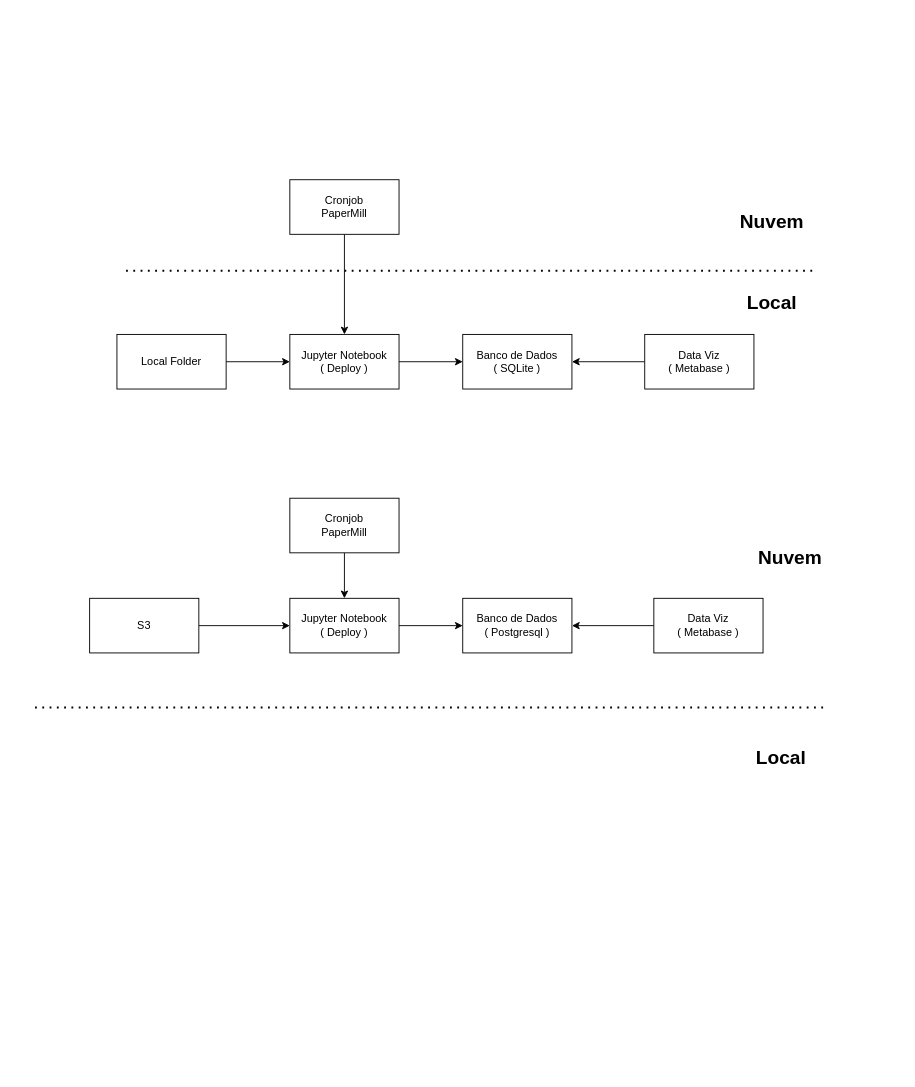
Earlier version of the draw.io diagram img/arquitetura.drawio (GustavoNascimento98/high-value-customers-identification). Source tidied: cells renumbered, new cells numbered last; positions are measured from the earlier drawing's top-left corner, leaving out a move shared by most shapes. Both pictures are drawn from the tidied source at 91%, with x=0, y=0 at pixel (35, 179).
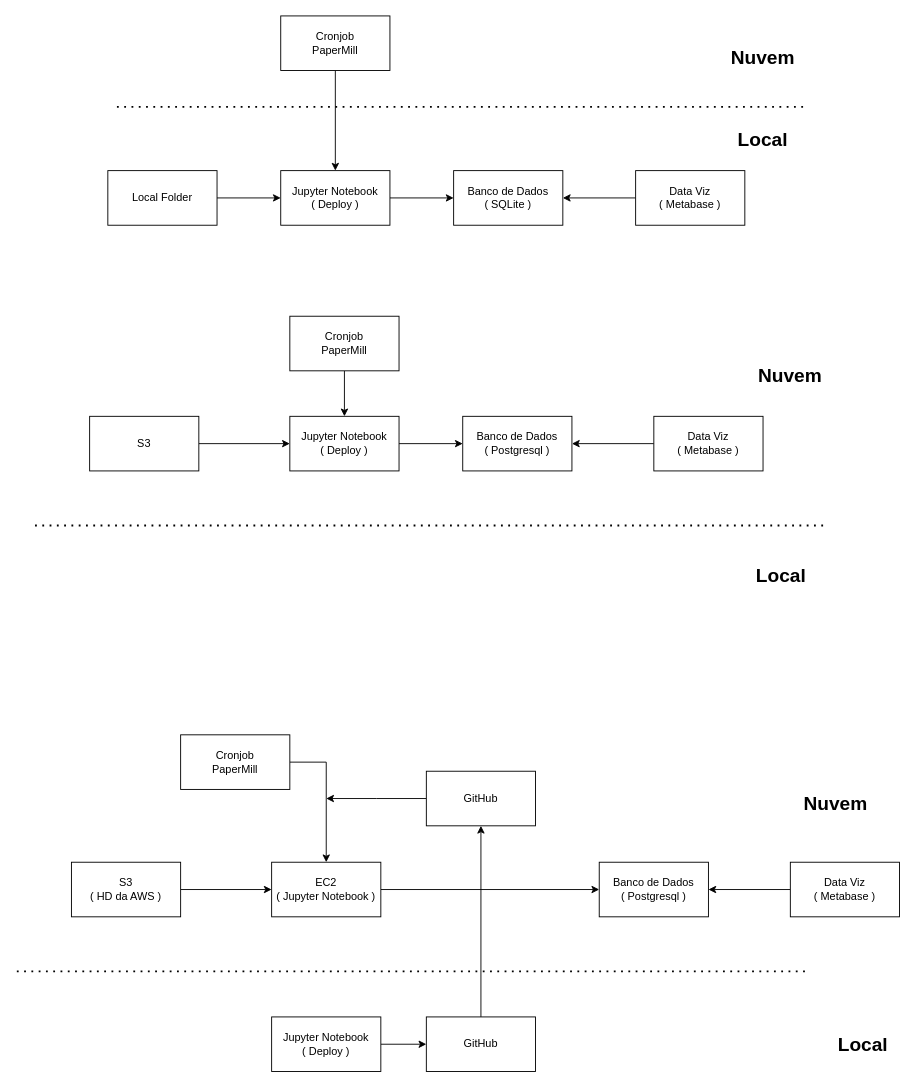
Above is the later version.

Change to the diagram source:
```diff
@@
     <mxCell id="3" value="Data Viz&lt;div&gt;( Metabase&amp;nbsp;&lt;span style=&quot;background-color: initial;&quot;&gt;)&lt;/span&gt;&lt;/div&gt;" style="rounded=0;whiteSpace=wrap;html=1;" parent="1" vertex="1">
-      <mxGeometry x="670" y="170" width="120" height="60" as="geometry" />
+      <mxGeometry x="660" y="-10" width="120" height="60" as="geometry" />
     </mxCell>
     <mxCell id="4" value="Banco de Dados&lt;div&gt;( SQLite )&lt;/div&gt;" style="rounded=0;whiteSpace=wrap;html=1;" parent="1" vertex="1">
-      <mxGeometry x="470" y="170" width="120" height="60" as="geometry" />
+      <mxGeometry x="460" y="-10" width="120" height="60" as="geometry" />
     </mxCell>
@@
     <mxCell id="6" value="Jupyter Notebook&lt;br&gt;( Deploy )" style="rounded=0;whiteSpace=wrap;html=1;" parent="1" vertex="1">
-      <mxGeometry x="280" y="170" width="120" height="60" as="geometry" />
+      <mxGeometry x="270" y="-10" width="120" height="60" as="geometry" />
     </mxCell>
@@
     <mxCell id="8" value="Cronjob&lt;br&gt;PaperMill" style="rounded=0;whiteSpace=wrap;html=1;" parent="1" vertex="1">
-      <mxGeometry x="280" width="120" height="60" as="geometry" />
+      <mxGeometry x="270" y="-180" width="120" height="60" as="geometry" />
     </mxCell>
     <mxCell id="9" style="endArrow=none;dashed=1;html=1;dashPattern=1 3;strokeWidth=2;rounded=0;" parent="1" edge="1">
       <mxGeometry relative="1" as="geometry">
-        <mxPoint x="100" y="100" as="sourcePoint" />
-        <mxPoint x="860" y="100" as="targetPoint" />
+        <mxPoint x="90" y="-80" as="sourcePoint" />
+        <mxPoint x="850" y="-80" as="targetPoint" />
       </mxGeometry>
     </mxCell>
@@
     <mxCell id="11" value="Local Folder" style="rounded=0;whiteSpace=wrap;html=1;" parent="1" vertex="1">
-      <mxGeometry x="90" y="170" width="120" height="60" as="geometry" />
+      <mxGeometry x="80" y="-10" width="120" height="60" as="geometry" />
     </mxCell>
     <mxCell id="12" value="&lt;b&gt;&lt;font style=&quot;font-size: 21px;&quot;&gt;Nuvem&lt;/font&gt;&lt;/b&gt;" style="text;html=1;align=center;verticalAlign=middle;whiteSpace=wrap;rounded=0;" parent="1" vertex="1">
-      <mxGeometry x="780" y="30" width="60" height="30" as="geometry" />
+      <mxGeometry x="770" y="-150" width="60" height="30" as="geometry" />
     </mxCell>
     <mxCell id="13" value="&lt;b&gt;&lt;font style=&quot;font-size: 21px;&quot;&gt;Local&lt;/font&gt;&lt;/b&gt;" style="text;html=1;align=center;verticalAlign=middle;whiteSpace=wrap;rounded=0;" parent="1" vertex="1">
-      <mxGeometry x="780" y="120" width="60" height="30" as="geometry" />
+      <mxGeometry x="770" y="-60" width="60" height="30" as="geometry" />
     </mxCell>
@@
     <mxCell id="15" value="Data Viz&lt;div&gt;( Metabase&amp;nbsp;&lt;span style=&quot;background-color: initial;&quot;&gt;)&lt;/span&gt;&lt;/div&gt;" style="rounded=0;whiteSpace=wrap;html=1;" parent="1" vertex="1">
-      <mxGeometry x="680" y="460" width="120" height="60" as="geometry" />
+      <mxGeometry x="680" y="260" width="120" height="60" as="geometry" />
     </mxCell>
     <mxCell id="16" value="Banco de Dados&lt;div&gt;( Postgresql )&lt;/div&gt;" style="rounded=0;whiteSpace=wrap;html=1;" parent="1" vertex="1">
-      <mxGeometry x="470" y="460" width="120" height="60" as="geometry" />
+      <mxGeometry x="470" y="260" width="120" height="60" as="geometry" />
     </mxCell>
@@
     <mxCell id="18" value="Jupyter Notebook&lt;br&gt;( Deploy )" style="rounded=0;whiteSpace=wrap;html=1;" parent="1" vertex="1">
-      <mxGeometry x="280" y="460" width="120" height="60" as="geometry" />
+      <mxGeometry x="280" y="260" width="120" height="60" as="geometry" />
     </mxCell>
@@
     <mxCell id="20" value="Cronjob&lt;br&gt;PaperMill" style="rounded=0;whiteSpace=wrap;html=1;" parent="1" vertex="1">
-      <mxGeometry x="280" y="350" width="120" height="60" as="geometry" />
+      <mxGeometry x="280" y="150" width="120" height="60" as="geometry" />
     </mxCell>
@@
     <mxCell id="22" value="S3" style="rounded=0;whiteSpace=wrap;html=1;" parent="1" vertex="1">
-      <mxGeometry x="60" y="460" width="120" height="60" as="geometry" />
+      <mxGeometry x="60" y="260" width="120" height="60" as="geometry" />
     </mxCell>
     <mxCell id="23" value="&lt;b&gt;&lt;font style=&quot;font-size: 21px;&quot;&gt;Nuvem&lt;/font&gt;&lt;/b&gt;" style="text;html=1;align=center;verticalAlign=middle;whiteSpace=wrap;rounded=0;" parent="1" vertex="1">
-      <mxGeometry x="800" y="400" width="60" height="30" as="geometry" />
+      <mxGeometry x="800" y="200" width="60" height="30" as="geometry" />
     </mxCell>
     <mxCell id="24" value="&lt;b&gt;&lt;font style=&quot;font-size: 21px;&quot;&gt;Local&lt;/font&gt;&lt;/b&gt;" style="text;html=1;align=center;verticalAlign=middle;whiteSpace=wrap;rounded=0;" parent="1" vertex="1">
-      <mxGeometry x="790" y="620" width="60" height="30" as="geometry" />
+      <mxGeometry x="790" y="420" width="60" height="30" as="geometry" />
     </mxCell>
     <mxCell id="25" style="endArrow=none;dashed=1;html=1;dashPattern=1 3;strokeWidth=2;rounded=0;" parent="1" edge="1">
       <mxGeometry relative="1" as="geometry">
-        <mxPoint y="580" as="sourcePoint" />
-        <mxPoint x="870" y="580" as="targetPoint" />
+        <mxPoint y="380" as="sourcePoint" />
+        <mxPoint x="870" y="380" as="targetPoint" />
       </mxGeometry>
     </mxCell>
+    <mxCell id="26" style="edgeStyle=orthogonalEdgeStyle;rounded=0;jettySize=auto;html=1;entryX=1;entryY=0.5;entryDx=0;entryDy=0;" parent="1" edge="1" source="27" target="28">
+      <mxGeometry relative="1" as="geometry" />
+    </mxCell>
+    <mxCell id="27" value="Data Viz&lt;div&gt;( Metabase&amp;nbsp;&lt;span style=&quot;background-color: initial;&quot;&gt;)&lt;/span&gt;&lt;/div&gt;" style="rounded=0;whiteSpace=wrap;html=1;" parent="1" vertex="1">
+      <mxGeometry x="830" y="750" width="120" height="60" as="geometry" />
+    </mxCell>
+    <mxCell id="28" value="Banco de Dados&lt;div&gt;( Postgresql )&lt;/div&gt;" style="rounded=0;whiteSpace=wrap;html=1;" parent="1" vertex="1">
+      <mxGeometry x="620" y="750" width="120" height="60" as="geometry" />
+    </mxCell>
+    <mxCell id="29" style="edgeStyle=orthogonalEdgeStyle;rounded=0;jettySize=auto;html=1;entryX=0;entryY=0.5;entryDx=0;entryDy=0;" parent="1" edge="1" source="30" target="28">
+      <mxGeometry relative="1" as="geometry" />
+    </mxCell>
+    <mxCell id="30" value="EC2&lt;br&gt;( Jupyter Notebook )" style="rounded=0;whiteSpace=wrap;html=1;" parent="1" vertex="1">
+      <mxGeometry x="260" y="750" width="120" height="60" as="geometry" />
+    </mxCell>
+    <mxCell id="31" style="edgeStyle=orthogonalEdgeStyle;rounded=0;jettySize=auto;html=1;" parent="1" edge="1" source="32" target="30">
+      <mxGeometry relative="1" as="geometry">
+        <Array as="points">
+          <mxPoint x="320" y="640" />
+        </Array>
+      </mxGeometry>
+    </mxCell>
+    <mxCell id="32" value="Cronjob&lt;br&gt;PaperMill" style="rounded=0;whiteSpace=wrap;html=1;" parent="1" vertex="1">
+      <mxGeometry x="160" y="610" width="120" height="60" as="geometry" />
+    </mxCell>
+    <mxCell id="33" style="edgeStyle=orthogonalEdgeStyle;rounded=0;jettySize=auto;html=1;" parent="1" edge="1" source="34" target="30">
+      <mxGeometry relative="1" as="geometry" />
+    </mxCell>
+    <mxCell id="34" value="S3&lt;br&gt;( HD da AWS )" style="rounded=0;whiteSpace=wrap;html=1;" parent="1" vertex="1">
+      <mxGeometry x="40" y="750" width="120" height="60" as="geometry" />
+    </mxCell>
+    <mxCell id="35" value="&lt;b&gt;&lt;font style=&quot;font-size: 21px;&quot;&gt;Nuvem&lt;/font&gt;&lt;/b&gt;" style="text;html=1;align=center;verticalAlign=middle;whiteSpace=wrap;rounded=0;" parent="1" vertex="1">
+      <mxGeometry x="850" y="670" width="60" height="30" as="geometry" />
+    </mxCell>
+    <mxCell id="36" value="&lt;b&gt;&lt;font style=&quot;font-size: 21px;&quot;&gt;Local&lt;/font&gt;&lt;/b&gt;" style="text;html=1;align=center;verticalAlign=middle;whiteSpace=wrap;rounded=0;" parent="1" vertex="1">
+      <mxGeometry x="880" y="935" width="60" height="30" as="geometry" />
+    </mxCell>
+    <mxCell id="37" style="endArrow=none;dashed=1;html=1;dashPattern=1 3;strokeWidth=2;rounded=0;" parent="1" edge="1">
+      <mxGeometry relative="1" as="geometry">
+        <mxPoint x="-20" y="870" as="sourcePoint" />
+        <mxPoint x="850" y="870" as="targetPoint" />
+      </mxGeometry>
+    </mxCell>
+    <mxCell id="38" style="edgeStyle=orthogonalEdgeStyle;rounded=0;jettySize=auto;html=1;" parent="1" edge="1" source="39" target="41">
+      <mxGeometry relative="1" as="geometry" />
+    </mxCell>
+    <mxCell id="39" value="Jupyter Notebook&lt;br&gt;( Deploy )" style="rounded=0;whiteSpace=wrap;html=1;" parent="1" vertex="1">
+      <mxGeometry x="260" y="920" width="120" height="60" as="geometry" />
+    </mxCell>
+    <mxCell id="40" style="edgeStyle=orthogonalEdgeStyle;rounded=0;jettySize=auto;html=1;entryX=0.5;entryY=1;entryDx=0;entryDy=0;" parent="1" edge="1" source="41" target="43">
+      <mxGeometry relative="1" as="geometry" />
+    </mxCell>
+    <mxCell id="41" value="GitHub" style="rounded=0;whiteSpace=wrap;html=1;" parent="1" vertex="1">
+      <mxGeometry x="430" y="920" width="120" height="60" as="geometry" />
+    </mxCell>
+    <mxCell id="42" style="edgeStyle=orthogonalEdgeStyle;rounded=0;jettySize=auto;html=1;" parent="1" edge="1" source="43">
+      <mxGeometry relative="1" as="geometry">
+        <mxPoint x="320" y="680" as="targetPoint" />
+      </mxGeometry>
+    </mxCell>
+    <mxCell id="43" value="GitHub" style="rounded=0;whiteSpace=wrap;html=1;" parent="1" vertex="1">
+      <mxGeometry x="430" y="650" width="120" height="60" as="geometry" />
+    </mxCell>
```
